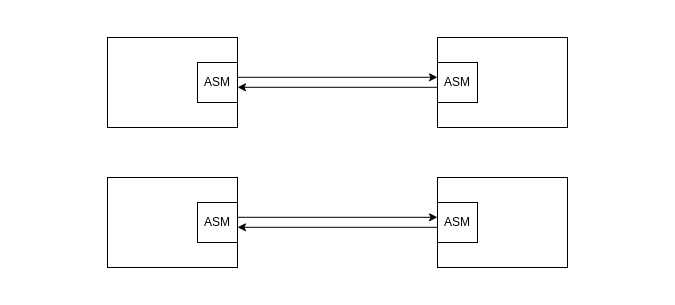
This is test1.drawio from honyuan/openwrt-a5d3, a draw.io file, before an edit. Source tidied: cells renumbered, new cells numbered last; positions are measured from the earlier drawing's top-left corner, leaving out a move shared by most shapes. Both pictures are drawn from the tidied source at 100%, with x=0, y=0 at pixel (107, 37).
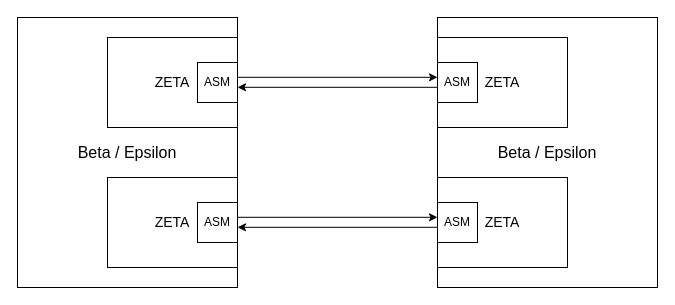
The same diagram, later.

What changed in the source:
```diff
@@
 <mxGraphModel>
   <root>
     <mxCell id="0" />
     <mxCell id="1" parent="0" />
+    <mxCell id="14" value="&lt;font style=&quot;font-size: 16px;&quot;&gt;Beta / Epsilon&lt;/font&gt;" style="rounded=0;whiteSpace=wrap;html=1;" parent="1" vertex="1">
+      <mxGeometry x="330" y="-20" width="220" height="270" as="geometry" />
+    </mxCell>
+    <mxCell id="15" value="&lt;font style=&quot;font-size: 16px;&quot;&gt;Beta / Epsilon&lt;/font&gt;" style="rounded=0;whiteSpace=wrap;html=1;" parent="1" vertex="1">
+      <mxGeometry x="-90" y="-20" width="220" height="270" as="geometry" />
+    </mxCell>
-    <mxCell id="2" style="rounded=0;whiteSpace=wrap;html=1;" parent="1" vertex="1">
+    <mxCell id="2" value="&lt;font style=&quot;font-size: 14px;&quot;&gt;ZETA&lt;/font&gt;" style="rounded=0;whiteSpace=wrap;html=1;" parent="1" vertex="1">
       <mxGeometry width="130" height="90" as="geometry" />
     </mxCell>
     <mxCell id="3" style="edgeStyle=orthogonalEdgeStyle;rounded=0;orthogonalLoop=1;jettySize=auto;html=1;entryX=0;entryY=0.5;entryDx=0;entryDy=0;" parent="1" edge="1">
       <mxGeometry relative="1" as="geometry">
         <mxPoint x="130" y="39.8" as="sourcePoint" />
         <mxPoint x="330" y="39.8" as="targetPoint" />
       </mxGeometry>
     </mxCell>
     <mxCell id="4" value="ASM" style="rounded=0;whiteSpace=wrap;html=1;" parent="1" vertex="1">
       <mxGeometry x="90" y="25" width="40" height="40" as="geometry" />
     </mxCell>
-    <mxCell id="5" style="rounded=0;whiteSpace=wrap;html=1;" parent="1" vertex="1">
+    <mxCell id="5" value="&lt;font style=&quot;font-size: 14px;&quot;&gt;ZETA&lt;/font&gt;" style="rounded=0;whiteSpace=wrap;html=1;" parent="1" vertex="1">
       <mxGeometry y="140" width="130" height="90" as="geometry" />
     </mxCell>
     <mxCell id="6" value="ASM" style="rounded=0;whiteSpace=wrap;html=1;" parent="1" vertex="1">
       <mxGeometry x="90" y="165" width="40" height="40" as="geometry" />
     </mxCell>
-    <mxCell id="7" style="rounded=0;whiteSpace=wrap;html=1;direction=east;" parent="1" vertex="1">
+    <mxCell id="7" value="&lt;font style=&quot;font-size: 14px;&quot;&gt;ZETA&lt;/font&gt;" style="rounded=0;whiteSpace=wrap;html=1;direction=east;" parent="1" vertex="1">
       <mxGeometry x="330" width="130" height="90" as="geometry" />
     </mxCell>
-    <mxCell id="8" style="rounded=0;whiteSpace=wrap;html=1;direction=east;" parent="1" vertex="1">
+    <mxCell id="8" value="&lt;font style=&quot;font-size: 14px;&quot;&gt;ZETA&lt;/font&gt;" style="rounded=0;whiteSpace=wrap;html=1;direction=east;" parent="1" vertex="1">
       <mxGeometry x="330" y="140" width="130" height="90" as="geometry" />
     </mxCell>
     <mxCell id="9" value="ASM" style="rounded=0;whiteSpace=wrap;html=1;direction=east;" parent="1" vertex="1">
       <mxGeometry x="330" y="25" width="40" height="40" as="geometry" />
     </mxCell>
     <mxCell id="10" value="ASM" style="rounded=0;whiteSpace=wrap;html=1;direction=east;" parent="1" vertex="1">
       <mxGeometry x="330" y="165" width="40" height="40" as="geometry" />
     </mxCell>
     <mxCell id="11" style="edgeStyle=orthogonalEdgeStyle;rounded=0;orthogonalLoop=1;jettySize=auto;html=1;entryX=0;entryY=0.5;entryDx=0;entryDy=0;" parent="1" edge="1">
       <mxGeometry relative="1" as="geometry">
         <mxPoint x="330" y="49.8" as="sourcePoint" />
         <mxPoint x="130" y="49.8" as="targetPoint" />
       </mxGeometry>
     </mxCell>
     <mxCell id="12" style="edgeStyle=orthogonalEdgeStyle;rounded=0;orthogonalLoop=1;jettySize=auto;html=1;entryX=0;entryY=0.5;entryDx=0;entryDy=0;" parent="1" edge="1">
       <mxGeometry relative="1" as="geometry">
         <mxPoint x="130" y="179.8" as="sourcePoint" />
         <mxPoint x="330" y="179.8" as="targetPoint" />
       </mxGeometry>
     </mxCell>
     <mxCell id="13" style="edgeStyle=orthogonalEdgeStyle;rounded=0;orthogonalLoop=1;jettySize=auto;html=1;entryX=0;entryY=0.5;entryDx=0;entryDy=0;" parent="1" edge="1">
       <mxGeometry relative="1" as="geometry">
         <mxPoint x="330" y="189.8" as="sourcePoint" />
         <mxPoint x="130" y="189.8" as="targetPoint" />
       </mxGeometry>
     </mxCell>
   </root>
 </mxGraphModel>
```
